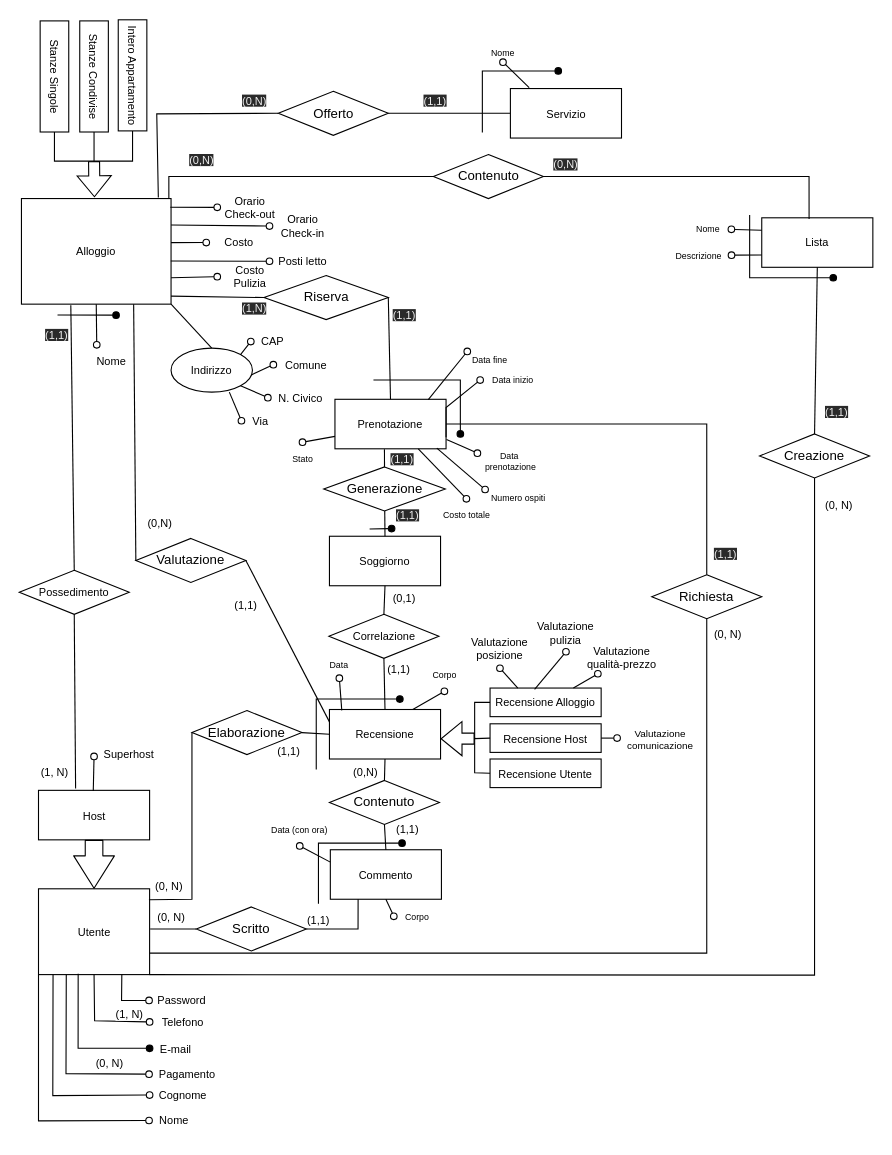
eduardz1/Home-Booking keeps this draw.io diagram as page "Page-3" (3 of 16) of ER.drawio. Above is the earlier version. Source tidied: cells renumbered, new cells numbered last; positions are measured from the earlier drawing's top-left corner, leaving out a move shared by most shapes. Both pictures are drawn from the tidied source at 110%, with x=0, y=0 at pixel (-2, 44).
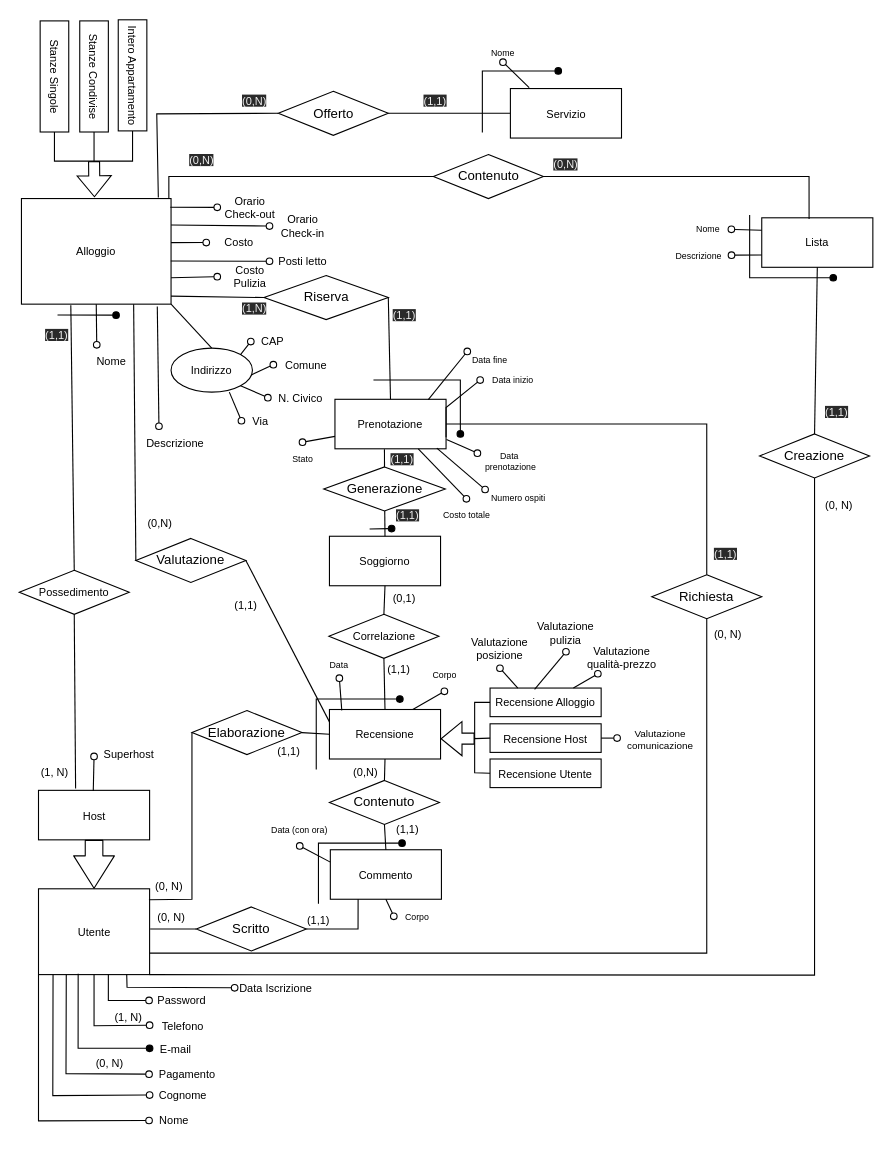
The same page after the edit.

The change refers to these unchanged cells:
```xml
<mxCell id="3" value="&lt;font style=&quot;font-size: 10px;&quot;&gt;Alloggio&lt;/font&gt;" style="rounded=0;whiteSpace=wrap;html=1;fontSize=10;" parent="1" vertex="1">
  <mxGeometry x="21" y="140" width="136" height="96" as="geometry" />
</mxCell>
<mxCell id="34" value="&lt;font style=&quot;font-size: 10px;&quot;&gt;Utente&lt;/font&gt;" style="rounded=0;whiteSpace=wrap;html=1;fontSize=10;" parent="1" vertex="1">
  <mxGeometry x="36.5" y="767.5" width="101" height="78" as="geometry" />
</mxCell>
<mxCell id="169" value="Password" style="text;html=1;strokeColor=none;fillColor=none;align=center;verticalAlign=middle;whiteSpace=wrap;rounded=0;labelBackgroundColor=none;labelBorderColor=none;fontSize=10;" parent="1" vertex="1">
  <mxGeometry x="137" y="857" width="60" height="24" as="geometry" />
</mxCell>
```

The edit, as a diff of the source:
```diff
@@
     <mxCell id="36" style="endArrow=none;html=1;rounded=0;align=center;verticalAlign=top;endFill=0;labelBackgroundColor=none;endSize=6;startArrow=oval;startFill=0;fontSize=10;entryX=0.5;entryY=1;entryDx=0;entryDy=0;exitX=0;exitY=0.5;exitDx=0;exitDy=0;" parent="1" edge="1" source="43" target="34">
       <mxGeometry relative="1" as="geometry">
         <Array as="points">
-          <mxPoint x="87.5" y="887.5" />
+          <mxPoint x="87" y="892" />
         </Array>
       </mxGeometry>
     </mxCell>
@@
     <mxCell id="43" value="Telefono" style="text;html=1;strokeColor=none;fillColor=none;align=center;verticalAlign=middle;whiteSpace=wrap;rounded=0;labelBackgroundColor=none;labelBorderColor=none;fontSize=10;" parent="1" vertex="1">
-      <mxGeometry x="137.5" y="876.5" width="60" height="24" as="geometry" />
+      <mxGeometry x="137.5" y="879.5" width="60" height="24" as="geometry" />
     </mxCell>
@@
-    <mxCell id="170" style="endArrow=none;html=1;rounded=0;align=center;verticalAlign=top;endFill=0;labelBackgroundColor=none;endSize=6;startArrow=oval;startFill=0;fontSize=10;entryX=0.75;entryY=1;entryDx=0;entryDy=0;exitX=0;exitY=0.5;exitDx=0;exitDy=0;" parent="1" edge="1" source="169" target="34">
+    <mxCell id="170" style="endArrow=none;html=1;rounded=0;align=center;verticalAlign=top;endFill=0;labelBackgroundColor=none;endSize=6;startArrow=oval;startFill=0;fontSize=10;exitX=0;exitY=0.5;exitDx=0;exitDy=0;" parent="1" edge="1" source="169">
       <mxGeometry relative="1" as="geometry">
+        <mxPoint x="100" y="845" as="targetPoint" />
         <Array as="points">
-          <mxPoint x="112" y="869" />
+          <mxPoint x="100" y="869" />
         </Array>
       </mxGeometry>
     </mxCell>
@@
+    <mxCell id="173" style="group;rounded=0;fontSize=10;" parent="1" vertex="1">
+      <mxGeometry x="131" y="347" width="60" height="30" as="geometry" />
+    </mxCell>
+    <mxCell id="174" value="Descrizione" style="text;html=1;strokeColor=none;fillColor=none;align=center;verticalAlign=middle;whiteSpace=wrap;rounded=0;labelBackgroundColor=none;labelBorderColor=none;fontSize=10;" parent="173" vertex="1">
+      <mxGeometry width="60" height="30" as="geometry" />
+    </mxCell>
+    <mxCell id="175" style="endArrow=none;html=1;rounded=0;align=center;verticalAlign=top;endFill=0;labelBackgroundColor=none;endSize=6;startArrow=oval;startFill=0;fontSize=10;exitX=0.25;exitY=0;exitDx=0;exitDy=0;entryX=0.908;entryY=1.023;entryDx=0;entryDy=0;entryPerimeter=0;" parent="1" edge="1" source="174" target="3">
+      <mxGeometry relative="1" as="geometry" />
+    </mxCell>
+    <mxCell id="176" value="Data Iscrizione" style="text;html=1;strokeColor=none;fillColor=none;align=center;verticalAlign=middle;whiteSpace=wrap;rounded=0;labelBackgroundColor=none;labelBorderColor=none;fontSize=10;" parent="1" vertex="1">
+      <mxGeometry x="214.8" y="845.5" width="74.5" height="24" as="geometry" />
+    </mxCell>
+    <mxCell id="177" style="endArrow=none;html=1;rounded=0;align=center;verticalAlign=top;endFill=0;labelBackgroundColor=none;endSize=6;startArrow=oval;startFill=0;fontSize=10;entryX=0.794;entryY=0.997;entryDx=0;entryDy=0;exitX=0;exitY=0.5;exitDx=0;exitDy=0;entryPerimeter=0;" parent="1" edge="1" source="176" target="34">
+      <mxGeometry relative="1" as="geometry">
+        <Array as="points">
+          <mxPoint x="117" y="857" />
+        </Array>
+      </mxGeometry>
+    </mxCell>
```
